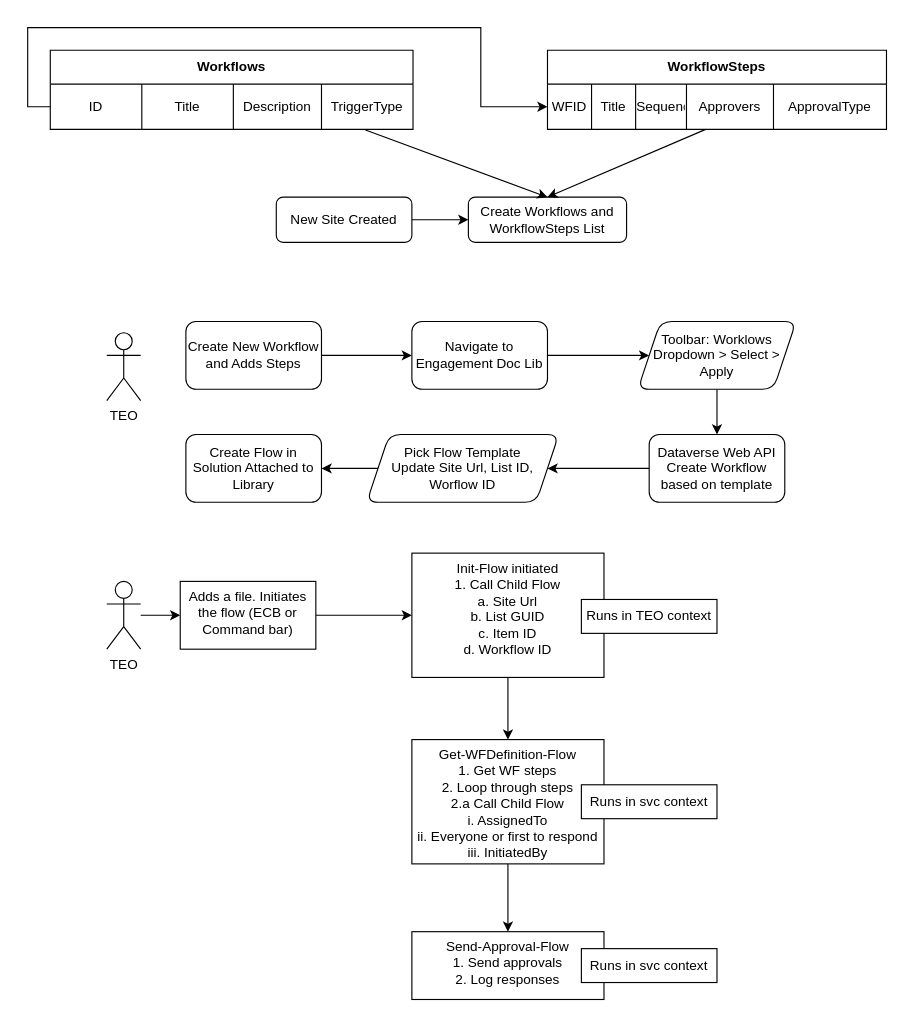
Before: Untitled Diagram.drawio in svarukala/assets, a draw.io diagram. Source tidied: cells renumbered, new cells numbered last; positions are measured from the earlier drawing's top-left corner, leaving out a move shared by most shapes. Both pictures are drawn from the tidied source at 113%, with x=0, y=0 at pixel (27, 27).
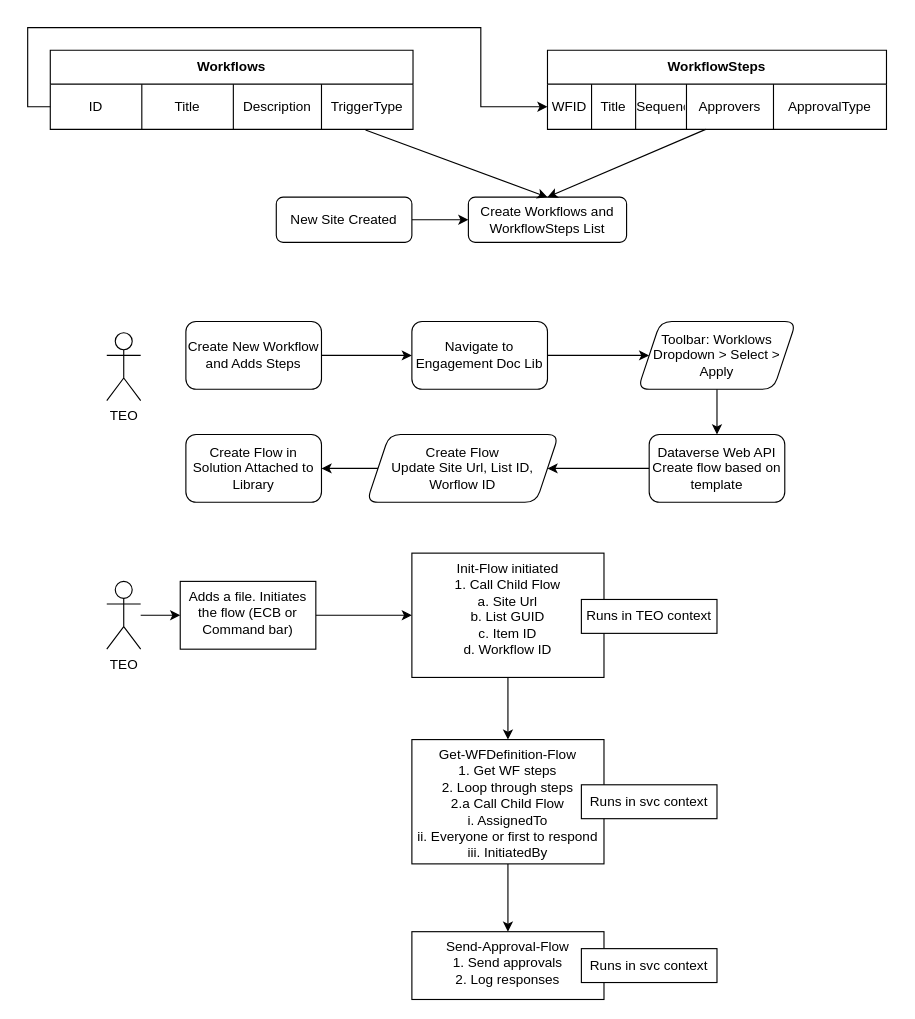
The same diagram, later.

Diff of the diagram source:
```diff
@@
-    <mxCell id="14" value="Dataverse Web API&lt;br&gt;Create Workflow based on template" style="whiteSpace=wrap;html=1;rounded=1;" parent="1" vertex="1">
+    <mxCell id="14" value="Dataverse Web API&lt;br&gt;Create flow based on template" style="whiteSpace=wrap;html=1;rounded=1;" parent="1" vertex="1">
       <mxGeometry x="550" y="360" width="120" height="60" as="geometry" />
     </mxCell>
@@
-    <mxCell id="16" value="Pick Flow Template&lt;br&gt;Update Site Url, List ID, Worflow ID" style="shape=parallelogram;perimeter=parallelogramPerimeter;whiteSpace=wrap;html=1;fixedSize=1;rounded=1;" parent="1" vertex="1">
+    <mxCell id="16" value="Create Flow&lt;br&gt;Update Site Url, List ID, Worflow ID" style="shape=parallelogram;perimeter=parallelogramPerimeter;whiteSpace=wrap;html=1;fixedSize=1;rounded=1;" parent="1" vertex="1">
       <mxGeometry x="300" y="360" width="170" height="60" as="geometry" />
     </mxCell>
```
